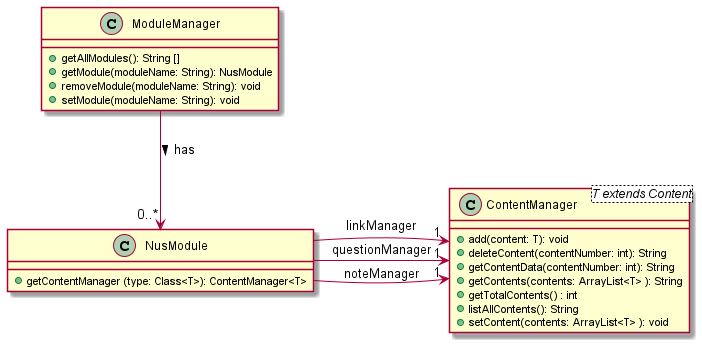
This is docs/attachments/Module.png from nus-cs2113-AY2122S1/tp, a PlantUML export, as it was before one commit.
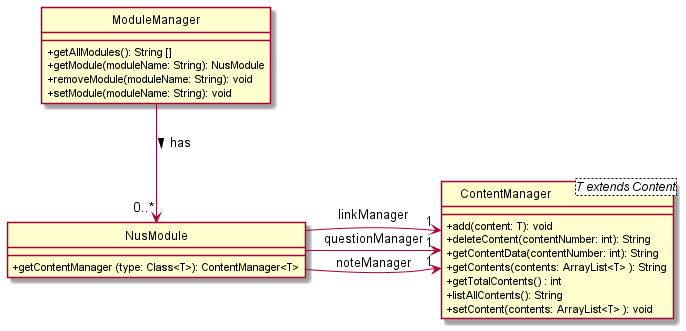
The same diagram one commit later.

The edit, as a diff of the source:
```diff
@@ -1,21 +1,21 @@
 @startuml
 
-
-
-
+skinparam classAttributeIconSize 0
+hide circle
 
 NusModule -> "1" ContentManager: noteManager
 NusModule -> "1" ContentManager: linkManager
 NusModule -> "1" ContentManager: questionManager
 
 ModuleManager  --> "0..*" NusModule :  has >
-
+!startsub MODULEMANAGER
 class ModuleManager {
   + getAllModules(): String []
   + getModule(moduleName: String): NusModule
   + removeModule(moduleName: String): void
   + setModule(moduleName: String): void
 }
+!endsub
 
 class NusModule {
   + getContentManager (type: Class<T>): ContentManager<T>
```
